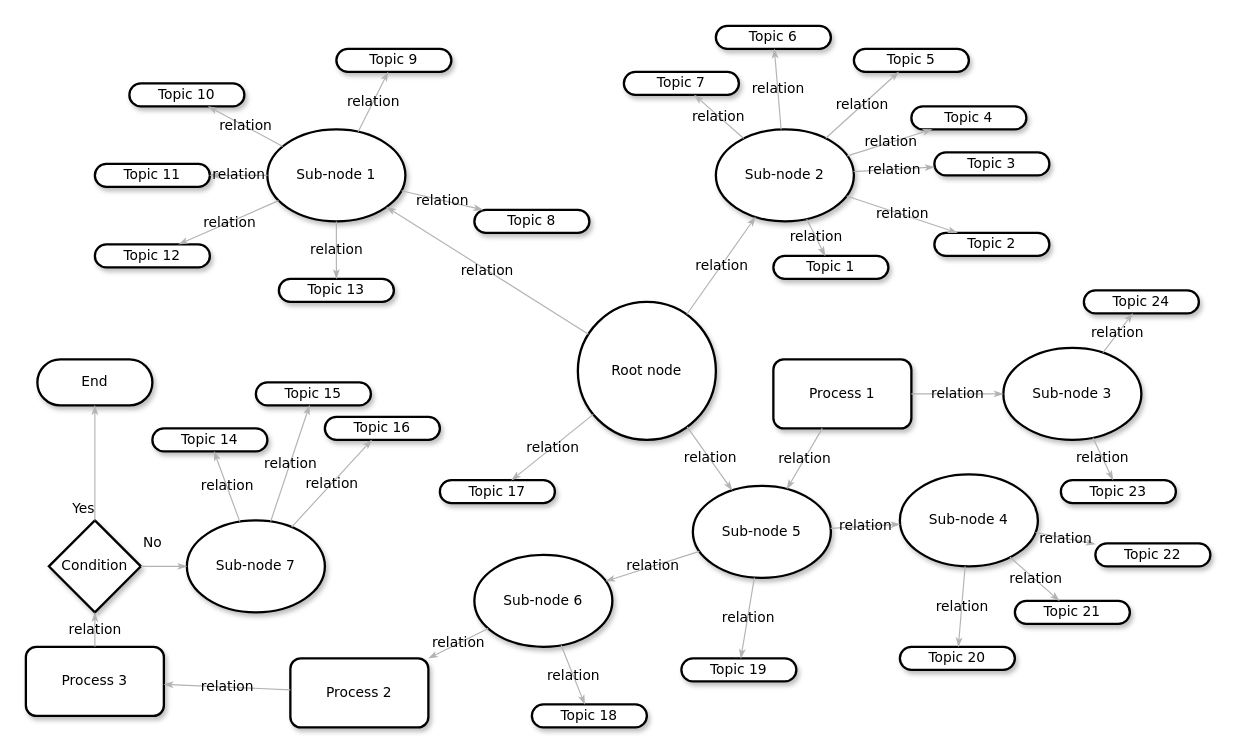
solomonsunder/mindmap keeps this draw.io diagram as Untitled Diagram.drawio. Above is the earlier version. Source tidied: cells renumbered, new cells numbered last; positions are measured from the earlier drawing's top-left corner, leaving out a move shared by most shapes. Both pictures are drawn from the tidied source at 115%, with x=0, y=0 at pixel (25, 25).
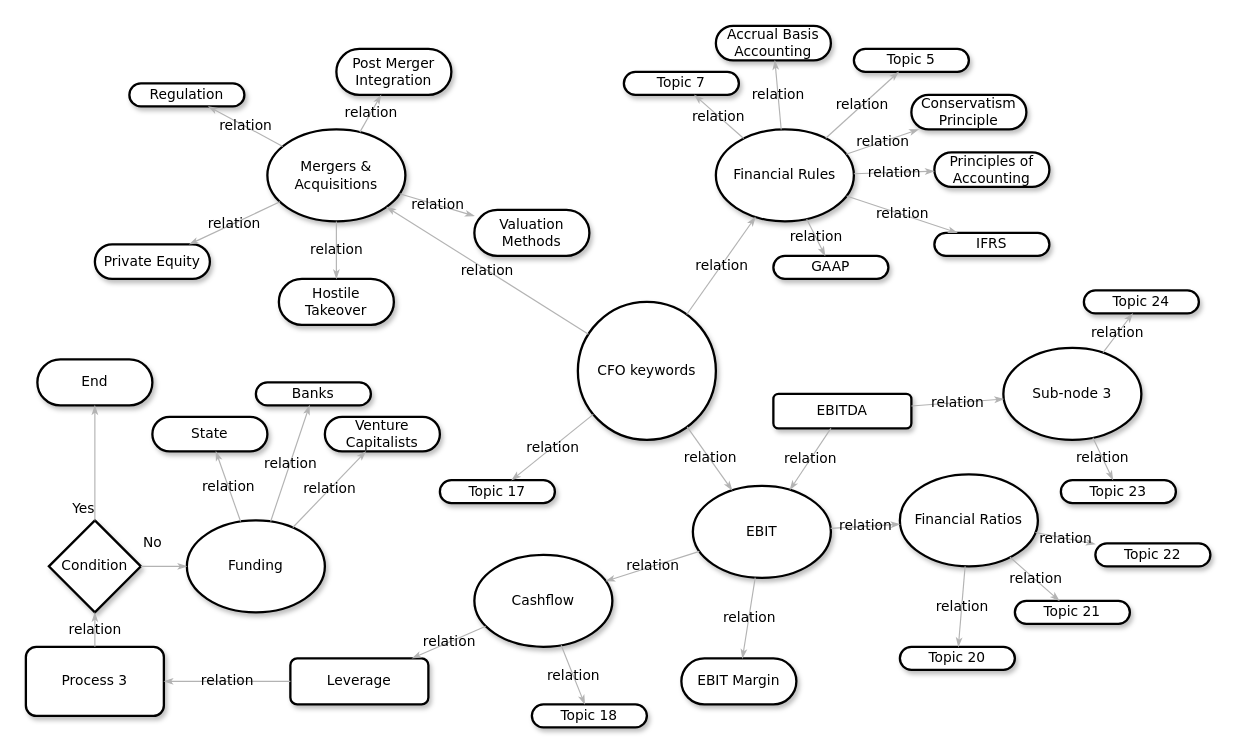
The same page after the edit.

What changed in the source:
```diff
@@
-    <mxCell id="2" value="&lt;span&gt;Topic 10&lt;/span&gt;" style="whiteSpace=wrap;html=1;rounded=1;shadow=1;comic=0;labelBackgroundColor=none;strokeWidth=2;fontFamily=Verdana;fontSize=12;align=center;arcSize=50;" parent="1" vertex="1">
+    <mxCell id="2" value="&lt;span&gt;Regulation&lt;/span&gt;" style="whiteSpace=wrap;html=1;rounded=1;shadow=1;comic=0;labelBackgroundColor=none;strokeWidth=2;fontFamily=Verdana;fontSize=12;align=center;arcSize=50;" parent="1" vertex="1">
       <mxGeometry x="90" y="50" width="100" height="20" as="geometry" />
     </mxCell>
-    <mxCell id="3" value="Sub-node 1" style="ellipse;whiteSpace=wrap;html=1;rounded=1;shadow=1;comic=0;labelBackgroundColor=none;strokeWidth=2;fontFamily=Verdana;fontSize=12;align=center;" parent="1" vertex="1">
+    <mxCell id="3" value="Mergers &amp;amp; Acquisitions" style="ellipse;whiteSpace=wrap;html=1;rounded=1;shadow=1;comic=0;labelBackgroundColor=none;strokeWidth=2;fontFamily=Verdana;fontSize=12;align=center;" parent="1" vertex="1">
       <mxGeometry x="210" y="90" width="120" height="80" as="geometry" />
     </mxCell>
-    <mxCell id="4" value="&lt;span&gt;Sub-node 2&lt;/span&gt;" style="ellipse;whiteSpace=wrap;html=1;rounded=1;shadow=1;comic=0;labelBackgroundColor=none;strokeWidth=2;fontFamily=Verdana;fontSize=12;align=center;" parent="1" vertex="1">
+    <mxCell id="4" value="Financial Rules" style="ellipse;whiteSpace=wrap;html=1;rounded=1;shadow=1;comic=0;labelBackgroundColor=none;strokeWidth=2;fontFamily=Verdana;fontSize=12;align=center;" parent="1" vertex="1">
       <mxGeometry x="600" y="90" width="120" height="80" as="geometry" />
     </mxCell>
-    <mxCell id="5" value="Root node" style="ellipse;whiteSpace=wrap;html=1;rounded=1;shadow=1;comic=0;labelBackgroundColor=none;strokeWidth=2;fontFamily=Verdana;fontSize=12;align=center;" parent="1" vertex="1">
+    <mxCell id="5" value="CFO keywords" style="ellipse;whiteSpace=wrap;html=1;rounded=1;shadow=1;comic=0;labelBackgroundColor=none;strokeWidth=2;fontFamily=Verdana;fontSize=12;align=center;" parent="1" vertex="1">
       <mxGeometry x="480" y="240" width="120" height="120" as="geometry" />
     </mxCell>
-    <mxCell id="6" value="&lt;span&gt;Sub-node 5&lt;/span&gt;" style="ellipse;whiteSpace=wrap;html=1;rounded=1;shadow=1;comic=0;labelBackgroundColor=none;strokeWidth=2;fontFamily=Verdana;fontSize=12;align=center;" parent="1" vertex="1">
+    <mxCell id="6" value="&lt;span&gt;EBIT&lt;/span&gt;" style="ellipse;whiteSpace=wrap;html=1;rounded=1;shadow=1;comic=0;labelBackgroundColor=none;strokeWidth=2;fontFamily=Verdana;fontSize=12;align=center;" parent="1" vertex="1">
       <mxGeometry x="580" y="400" width="120" height="80" as="geometry" />
     </mxCell>
-    <mxCell id="7" value="&lt;span&gt;Sub-node 4&lt;/span&gt;" style="ellipse;whiteSpace=wrap;html=1;rounded=1;shadow=1;comic=0;labelBackgroundColor=none;strokeWidth=2;fontFamily=Verdana;fontSize=12;align=center;" parent="1" vertex="1">
+    <mxCell id="7" value="&lt;span&gt;Financial Ratios&lt;/span&gt;" style="ellipse;whiteSpace=wrap;html=1;rounded=1;shadow=1;comic=0;labelBackgroundColor=none;strokeWidth=2;fontFamily=Verdana;fontSize=12;align=center;" parent="1" vertex="1">
       <mxGeometry x="760" y="390" width="120" height="80" as="geometry" />
     </mxCell>
-    <mxCell id="8" value="&lt;span&gt;Sub-node 6&lt;/span&gt;" style="ellipse;whiteSpace=wrap;html=1;rounded=1;shadow=1;comic=0;labelBackgroundColor=none;strokeWidth=2;fontFamily=Verdana;fontSize=12;align=center;" parent="1" vertex="1">
+    <mxCell id="8" value="&lt;span&gt;Cashflow&lt;/span&gt;" style="ellipse;whiteSpace=wrap;html=1;rounded=1;shadow=1;comic=0;labelBackgroundColor=none;strokeWidth=2;fontFamily=Verdana;fontSize=12;align=center;" parent="1" vertex="1">
       <mxGeometry x="390" y="460" width="120" height="80" as="geometry" />
     </mxCell>
-    <mxCell id="9" value="&lt;span&gt;Topic 11&lt;/span&gt;" style="whiteSpace=wrap;html=1;rounded=1;shadow=1;comic=0;labelBackgroundColor=none;strokeWidth=2;fontFamily=Verdana;fontSize=12;align=center;arcSize=50;" parent="1" vertex="1">
-      <mxGeometry x="60" y="120" width="100" height="20" as="geometry" />
-    </mxCell>
-    <mxCell id="10" value="&lt;span&gt;Topic 12&lt;/span&gt;" style="whiteSpace=wrap;html=1;rounded=1;shadow=1;comic=0;labelBackgroundColor=none;strokeWidth=2;fontFamily=Verdana;fontSize=12;align=center;arcSize=50;" parent="1" vertex="1">
-      <mxGeometry x="60" y="190" width="100" height="20" as="geometry" />
+    <mxCell id="10" value="&lt;span&gt;Private Equity&lt;br&gt;&lt;/span&gt;" style="whiteSpace=wrap;html=1;rounded=1;shadow=1;comic=0;labelBackgroundColor=none;strokeWidth=2;fontFamily=Verdana;fontSize=12;align=center;arcSize=50;" parent="1" vertex="1">
+      <mxGeometry x="60" y="190" width="100" height="30" as="geometry" />
     </mxCell>
-    <mxCell id="11" value="&lt;span&gt;Topic 9&lt;/span&gt;" style="whiteSpace=wrap;html=1;rounded=1;shadow=1;comic=0;labelBackgroundColor=none;strokeWidth=2;fontFamily=Verdana;fontSize=12;align=center;arcSize=50;" parent="1" vertex="1">
-      <mxGeometry x="270" y="20" width="100" height="20" as="geometry" />
+    <mxCell id="11" value="&lt;span&gt;Post Merger Integration&lt;br&gt;&lt;/span&gt;" style="whiteSpace=wrap;html=1;rounded=1;shadow=1;comic=0;labelBackgroundColor=none;strokeWidth=2;fontFamily=Verdana;fontSize=12;align=center;arcSize=50;" parent="1" vertex="1">
+      <mxGeometry x="270" y="20" width="100" height="40" as="geometry" />
     </mxCell>
@@
-    <mxCell id="15" value="&lt;span&gt;Topic 6&lt;/span&gt;" style="whiteSpace=wrap;html=1;rounded=1;shadow=1;comic=0;labelBackgroundColor=none;strokeWidth=2;fontFamily=Verdana;fontSize=12;align=center;arcSize=50;" parent="1" vertex="1">
-      <mxGeometry x="600" width="100" height="20" as="geometry" />
+    <mxCell id="15" value="Accrual Basis Accounting" style="whiteSpace=wrap;html=1;rounded=1;shadow=1;comic=0;labelBackgroundColor=none;strokeWidth=2;fontFamily=Verdana;fontSize=12;align=center;arcSize=50;" parent="1" vertex="1">
+      <mxGeometry x="600" width="100" height="30" as="geometry" />
     </mxCell>
@@
-    <mxCell id="17" value="&lt;span&gt;Topic 4&lt;/span&gt;" style="whiteSpace=wrap;html=1;rounded=1;shadow=1;comic=0;labelBackgroundColor=none;strokeWidth=2;fontFamily=Verdana;fontSize=12;align=center;arcSize=50;" parent="1" vertex="1">
-      <mxGeometry x="770" y="70" width="100" height="20" as="geometry" />
+    <mxCell id="17" value="Conservatism Principle&lt;br&gt;" style="whiteSpace=wrap;html=1;rounded=1;shadow=1;comic=0;labelBackgroundColor=none;strokeWidth=2;fontFamily=Verdana;fontSize=12;align=center;arcSize=50;" parent="1" vertex="1">
+      <mxGeometry x="770" y="60" width="100" height="30" as="geometry" />
     </mxCell>
-    <mxCell id="18" value="&lt;span&gt;Topic 3&lt;/span&gt;" style="whiteSpace=wrap;html=1;rounded=1;shadow=1;comic=0;labelBackgroundColor=none;strokeWidth=2;fontFamily=Verdana;fontSize=12;align=center;arcSize=50;" parent="1" vertex="1">
-      <mxGeometry x="790" y="110" width="100" height="20" as="geometry" />
+    <mxCell id="18" value="&lt;span&gt;Principles of Accounting&lt;/span&gt;" style="whiteSpace=wrap;html=1;rounded=1;shadow=1;comic=0;labelBackgroundColor=none;strokeWidth=2;fontFamily=Verdana;fontSize=12;align=center;arcSize=50;" parent="1" vertex="1">
+      <mxGeometry x="790" y="110" width="100" height="30" as="geometry" />
     </mxCell>
-    <mxCell id="19" value="&lt;span&gt;Topic 2&lt;/span&gt;" style="whiteSpace=wrap;html=1;rounded=1;shadow=1;comic=0;labelBackgroundColor=none;strokeWidth=2;fontFamily=Verdana;fontSize=12;align=center;arcSize=50;" parent="1" vertex="1">
+    <mxCell id="19" value="&lt;span&gt;IFRS&lt;/span&gt;" style="whiteSpace=wrap;html=1;rounded=1;shadow=1;comic=0;labelBackgroundColor=none;strokeWidth=2;fontFamily=Verdana;fontSize=12;align=center;arcSize=50;" parent="1" vertex="1">
       <mxGeometry x="790" y="180" width="100" height="20" as="geometry" />
     </mxCell>
-    <mxCell id="20" value="Topic 1" style="whiteSpace=wrap;html=1;rounded=1;shadow=1;comic=0;labelBackgroundColor=none;strokeWidth=2;fontFamily=Verdana;fontSize=12;align=center;arcSize=50;" parent="1" vertex="1">
+    <mxCell id="20" value="GAAP" style="whiteSpace=wrap;html=1;rounded=1;shadow=1;comic=0;labelBackgroundColor=none;strokeWidth=2;fontFamily=Verdana;fontSize=12;align=center;arcSize=50;" parent="1" vertex="1">
       <mxGeometry x="650" y="200" width="100" height="20" as="geometry" />
     </mxCell>
@@
-    <mxCell id="25" value="Process 2" style="rounded=1;whiteSpace=wrap;html=1;shadow=1;comic=0;labelBackgroundColor=none;strokeWidth=2;fontFamily=Verdana;fontSize=12;align=center;" parent="1" vertex="1">
-      <mxGeometry x="230" y="550" width="120" height="60" as="geometry" />
+    <mxCell id="25" value="Leverage" style="rounded=1;whiteSpace=wrap;html=1;shadow=1;comic=0;labelBackgroundColor=none;strokeWidth=2;fontFamily=Verdana;fontSize=12;align=center;" parent="1" vertex="1">
+      <mxGeometry x="230" y="550" width="120" height="40" as="geometry" />
     </mxCell>
@@
-    <mxCell id="28" value="relation" style="edgeStyle=none;rounded=1;html=1;labelBackgroundColor=none;startArrow=none;startFill=0;startSize=5;endArrow=classicThin;endFill=1;endSize=5;jettySize=auto;strokeColor=#B3B3B3;strokeWidth=1;fontFamily=Verdana;fontSize=12;" parent="1" edge="1" source="3" target="9">
-      <mxGeometry relative="1" as="geometry" />
-    </mxCell>
@@
-    <mxCell id="49" value="Process 1" style="rounded=1;whiteSpace=wrap;html=1;shadow=1;comic=0;labelBackgroundColor=none;strokeWidth=2;fontFamily=Verdana;fontSize=12;align=center;" parent="1" vertex="1">
-      <mxGeometry x="650" y="290" width="120" height="60" as="geometry" />
+    <mxCell id="49" value="EBITDA" style="rounded=1;whiteSpace=wrap;html=1;shadow=1;comic=0;labelBackgroundColor=none;strokeWidth=2;fontFamily=Verdana;fontSize=12;align=center;" parent="1" vertex="1">
+      <mxGeometry x="650" y="320" width="120" height="30" as="geometry" />
     </mxCell>
@@
-    <mxCell id="53" value="&lt;span&gt;Topic 8&lt;/span&gt;" style="whiteSpace=wrap;html=1;rounded=1;shadow=1;comic=0;labelBackgroundColor=none;strokeWidth=2;fontFamily=Verdana;fontSize=12;align=center;arcSize=50;" parent="1" vertex="1">
-      <mxGeometry x="390" y="160" width="100" height="20" as="geometry" />
+    <mxCell id="53" value="&lt;span&gt;Valuation Methods&lt;br&gt;&lt;/span&gt;" style="whiteSpace=wrap;html=1;rounded=1;shadow=1;comic=0;labelBackgroundColor=none;strokeWidth=2;fontFamily=Verdana;fontSize=12;align=center;arcSize=50;" parent="1" vertex="1">
+      <mxGeometry x="390" y="160" width="100" height="40" as="geometry" />
     </mxCell>
-    <mxCell id="54" value="&lt;span&gt;Topic 13&lt;/span&gt;" style="whiteSpace=wrap;html=1;rounded=1;shadow=1;comic=0;labelBackgroundColor=none;strokeWidth=2;fontFamily=Verdana;fontSize=12;align=center;arcSize=50;" parent="1" vertex="1">
-      <mxGeometry x="220" y="220" width="100" height="20" as="geometry" />
+    <mxCell id="54" value="&lt;span&gt;Hostile Takeover&lt;/span&gt;" style="whiteSpace=wrap;html=1;rounded=1;shadow=1;comic=0;labelBackgroundColor=none;strokeWidth=2;fontFamily=Verdana;fontSize=12;align=center;arcSize=50;" parent="1" vertex="1">
+      <mxGeometry x="220" y="220" width="100" height="40" as="geometry" />
     </mxCell>
-    <mxCell id="55" value="&lt;span&gt;Topic 19&lt;/span&gt;" style="whiteSpace=wrap;html=1;rounded=1;shadow=1;comic=0;labelBackgroundColor=none;strokeWidth=2;fontFamily=Verdana;fontSize=12;align=center;arcSize=50;" parent="1" vertex="1">
-      <mxGeometry x="570" y="550" width="100" height="20" as="geometry" />
+    <mxCell id="55" value="&lt;span&gt;EBIT Margin&lt;/span&gt;" style="whiteSpace=wrap;html=1;rounded=1;shadow=1;comic=0;labelBackgroundColor=none;strokeWidth=2;fontFamily=Verdana;fontSize=12;align=center;arcSize=50;" parent="1" vertex="1">
+      <mxGeometry x="570" y="550" width="100" height="40" as="geometry" />
     </mxCell>
@@
-    <mxCell id="64" value="&lt;span&gt;Sub-node 7&lt;/span&gt;" style="ellipse;whiteSpace=wrap;html=1;rounded=1;shadow=1;comic=0;labelBackgroundColor=none;strokeWidth=2;fontFamily=Verdana;fontSize=12;align=center;" parent="1" vertex="1">
+    <mxCell id="64" value="&lt;span&gt;Funding&lt;/span&gt;" style="ellipse;whiteSpace=wrap;html=1;rounded=1;shadow=1;comic=0;labelBackgroundColor=none;strokeWidth=2;fontFamily=Verdana;fontSize=12;align=center;" parent="1" vertex="1">
       <mxGeometry x="140" y="430" width="120" height="80" as="geometry" />
     </mxCell>
-    <mxCell id="65" value="&lt;span&gt;Topic 16&lt;/span&gt;" style="whiteSpace=wrap;html=1;rounded=1;shadow=1;comic=0;labelBackgroundColor=none;strokeWidth=2;fontFamily=Verdana;fontSize=12;align=center;arcSize=50;" parent="1" vertex="1">
-      <mxGeometry x="260" y="340" width="100" height="20" as="geometry" />
+    <mxCell id="65" value="&lt;span&gt;Venture Capitalists&lt;/span&gt;" style="whiteSpace=wrap;html=1;rounded=1;shadow=1;comic=0;labelBackgroundColor=none;strokeWidth=2;fontFamily=Verdana;fontSize=12;align=center;arcSize=50;" parent="1" vertex="1">
+      <mxGeometry x="260" y="340" width="100" height="30" as="geometry" />
     </mxCell>
-    <mxCell id="66" value="&lt;span&gt;Topic 15&lt;/span&gt;" style="whiteSpace=wrap;html=1;rounded=1;shadow=1;comic=0;labelBackgroundColor=none;strokeWidth=2;fontFamily=Verdana;fontSize=12;align=center;arcSize=50;" parent="1" vertex="1">
+    <mxCell id="66" value="&lt;span&gt;Banks&lt;/span&gt;" style="whiteSpace=wrap;html=1;rounded=1;shadow=1;comic=0;labelBackgroundColor=none;strokeWidth=2;fontFamily=Verdana;fontSize=12;align=center;arcSize=50;" parent="1" vertex="1">
       <mxGeometry x="200" y="310" width="100" height="20" as="geometry" />
     </mxCell>
-    <mxCell id="67" value="&lt;span&gt;Topic 14&lt;/span&gt;" style="whiteSpace=wrap;html=1;rounded=1;shadow=1;comic=0;labelBackgroundColor=none;strokeWidth=2;fontFamily=Verdana;fontSize=12;align=center;arcSize=50;" parent="1" vertex="1">
-      <mxGeometry x="110" y="350" width="100" height="20" as="geometry" />
+    <mxCell id="67" value="&lt;span&gt;State&lt;/span&gt;" style="whiteSpace=wrap;html=1;rounded=1;shadow=1;comic=0;labelBackgroundColor=none;strokeWidth=2;fontFamily=Verdana;fontSize=12;align=center;arcSize=50;" parent="1" vertex="1">
+      <mxGeometry x="110" y="340" width="100" height="30" as="geometry" />
     </mxCell>
```
